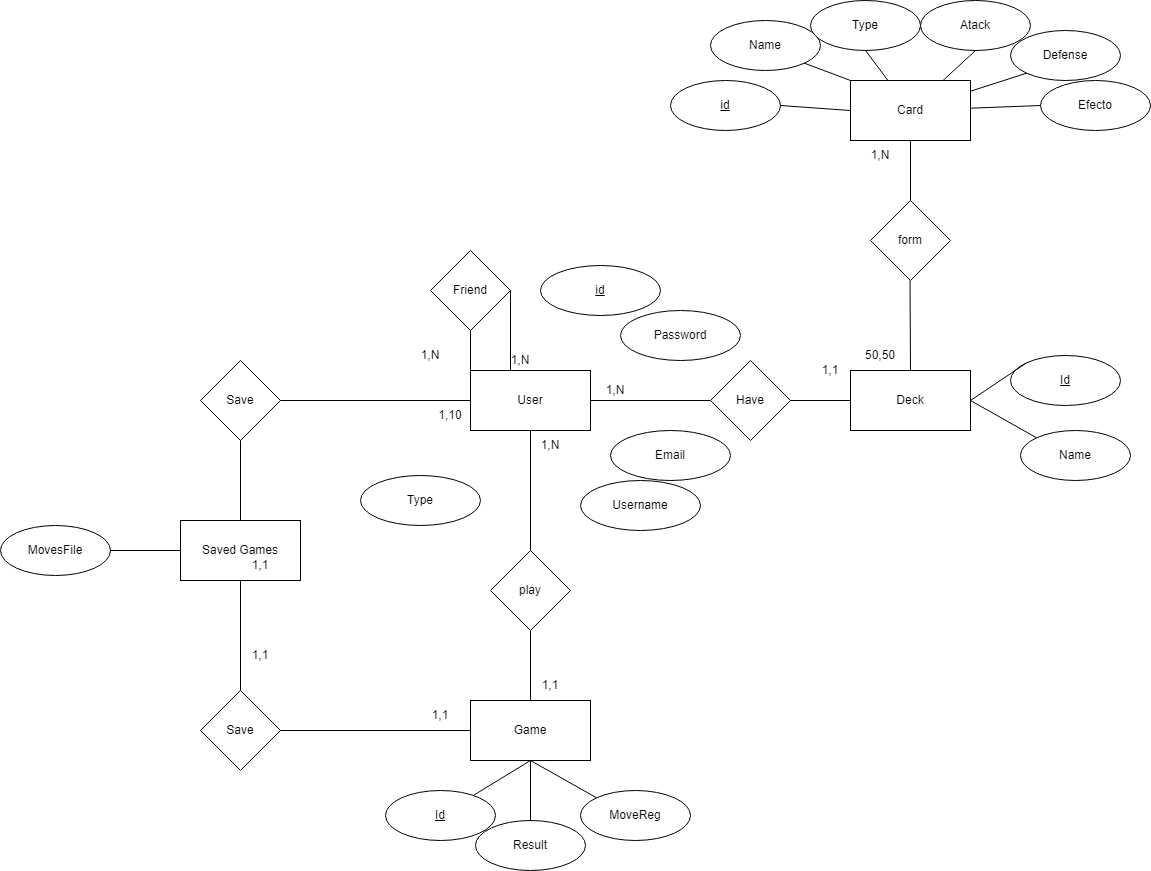
Above: TFGDatabase.drawio.png in HumanoHDR/TFGCardGame (draw.io), before the change. Source tidied: cells renumbered, new cells last; positions are measured from the earlier drawing's top-left corner, leaving out a move shared by most shapes.
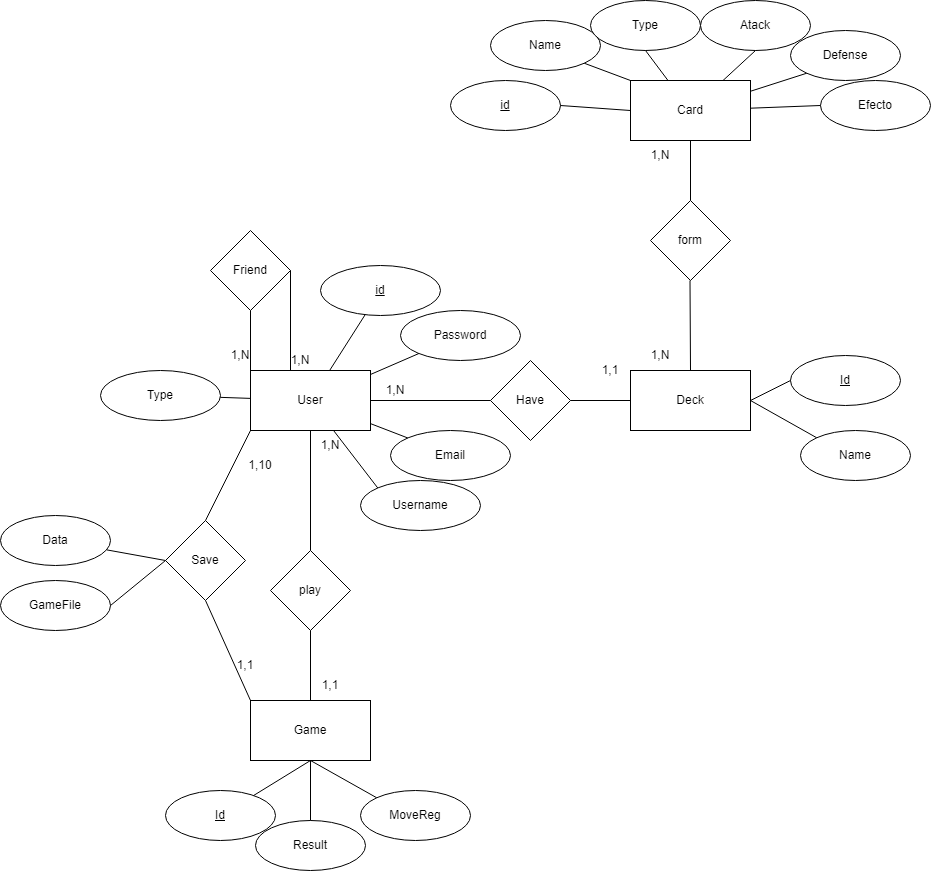
Later version of the same file.

Diff of the diagram source:
```diff
@@ -14,9 +14,6 @@
     <mxCell id="5" value="Game" style="rounded=0;whiteSpace=wrap;html=1;" parent="1" vertex="1">
       <mxGeometry x="470" y="700" width="120" height="60" as="geometry" />
     </mxCell>
-    <mxCell id="6" value="Saved Games" style="rounded=0;whiteSpace=wrap;html=1;" parent="1" vertex="1">
-      <mxGeometry x="180" y="520" width="120" height="60" as="geometry" />
-    </mxCell>
     <mxCell id="7" value="form" style="rhombus;whiteSpace=wrap;html=1;" parent="1" vertex="1">
       <mxGeometry x="870" y="200" width="80" height="80" as="geometry" />
     </mxCell>
@@ -53,30 +50,21 @@
       <mxGeometry relative="1" as="geometry" />
     </mxCell>
     <mxCell id="16" value="Save" style="rhombus;whiteSpace=wrap;html=1;" parent="1" vertex="1">
-      <mxGeometry x="200" y="360" width="80" height="80" as="geometry" />
+      <mxGeometry x="385" y="520" width="80" height="80" as="geometry" />
     </mxCell>
-    <mxCell id="17" style="endArrow=none;html=1;rounded=0;entryX=0;entryY=0.5;entryDx=0;entryDy=0;exitX=1;exitY=0.5;exitDx=0;exitDy=0;" parent="1" edge="1" source="16" target="3">
+    <mxCell id="17" style="endArrow=none;html=1;rounded=0;entryX=0;entryY=1;entryDx=0;entryDy=0;exitX=0.5;exitY=0;exitDx=0;exitDy=0;" parent="1" edge="1" source="16" target="3">
       <mxGeometry relative="1" as="geometry" />
     </mxCell>
-    <mxCell id="18" style="endArrow=none;html=1;rounded=0;entryX=0.5;entryY=0;entryDx=0;entryDy=0;exitX=0.5;exitY=1;exitDx=0;exitDy=0;" parent="1" edge="1" source="16" target="6">
+    <mxCell id="18" style="endArrow=none;html=1;rounded=0;entryX=0;entryY=0;entryDx=0;entryDy=0;exitX=0.5;exitY=1;exitDx=0;exitDy=0;" parent="1" edge="1" source="16" target="5">
       <mxGeometry relative="1" as="geometry" />
     </mxCell>
-    <mxCell id="19" value="Save" style="rhombus;whiteSpace=wrap;html=1;" parent="1" vertex="1">
-      <mxGeometry x="200" y="690" width="80" height="80" as="geometry" />
-    </mxCell>
-    <mxCell id="20" style="endArrow=none;html=1;rounded=0;entryX=0.5;entryY=1;entryDx=0;entryDy=0;exitX=0.5;exitY=0;exitDx=0;exitDy=0;" parent="1" edge="1" source="19" target="6">
-      <mxGeometry relative="1" as="geometry" />
-    </mxCell>
-    <mxCell id="21" style="endArrow=none;html=1;rounded=0;entryX=0;entryY=0.5;entryDx=0;entryDy=0;exitX=1;exitY=0.5;exitDx=0;exitDy=0;" parent="1" edge="1" source="19" target="5">
-      <mxGeometry relative="1" as="geometry" />
-    </mxCell>
     <mxCell id="22" value="1,N" style="text;html=1;align=center;verticalAlign=middle;whiteSpace=wrap;rounded=0;" parent="1" vertex="1">
       <mxGeometry x="850" y="140" width="60" height="30" as="geometry" />
     </mxCell>
     <mxCell id="23" value="1,1" style="text;html=1;align=center;verticalAlign=middle;whiteSpace=wrap;rounded=0;" parent="1" vertex="1">
       <mxGeometry x="800" y="355" width="60" height="30" as="geometry" />
     </mxCell>
-    <mxCell id="24" value="50,50" style="text;html=1;align=center;verticalAlign=middle;whiteSpace=wrap;rounded=0;" parent="1" vertex="1">
+    <mxCell id="24" value="1,N" style="text;html=1;align=center;verticalAlign=middle;whiteSpace=wrap;rounded=0;" parent="1" vertex="1">
       <mxGeometry x="850" y="340" width="60" height="30" as="geometry" />
     </mxCell>
     <mxCell id="25" value="1,N" style="text;html=1;align=center;verticalAlign=middle;whiteSpace=wrap;rounded=0;" parent="1" vertex="1">
@@ -88,20 +76,14 @@
     <mxCell id="27" value="1,1" style="text;html=1;align=center;verticalAlign=middle;whiteSpace=wrap;rounded=0;" parent="1" vertex="1">
       <mxGeometry x="520" y="670" width="60" height="30" as="geometry" />
     </mxCell>
-    <mxCell id="28" value="1,1" style="text;html=1;align=center;verticalAlign=middle;whiteSpace=wrap;rounded=0;" parent="1" vertex="1">
-      <mxGeometry x="230" y="550" width="60" height="30" as="geometry" />
-    </mxCell>
     <mxCell id="29" value="1,10" style="text;html=1;align=center;verticalAlign=middle;whiteSpace=wrap;rounded=0;" parent="1" vertex="1">
-      <mxGeometry x="420" y="400" width="60" height="30" as="geometry" />
+      <mxGeometry x="450" y="450" width="60" height="30" as="geometry" />
     </mxCell>
     <mxCell id="30" value="1,1" style="text;html=1;align=center;verticalAlign=middle;whiteSpace=wrap;rounded=0;" parent="1" vertex="1">
-      <mxGeometry x="410" y="700" width="60" height="30" as="geometry" />
+      <mxGeometry x="435" y="650" width="60" height="30" as="geometry" />
     </mxCell>
-    <mxCell id="31" value="1,1" style="text;html=1;align=center;verticalAlign=middle;whiteSpace=wrap;rounded=0;" parent="1" vertex="1">
-      <mxGeometry x="230" y="640" width="60" height="30" as="geometry" />
-    </mxCell>
     <mxCell id="32" value="Friend" style="rhombus;whiteSpace=wrap;html=1;" parent="1" vertex="1">
-      <mxGeometry x="430" y="250" width="80" height="80" as="geometry" />
+      <mxGeometry x="430" y="230" width="80" height="80" as="geometry" />
     </mxCell>
     <mxCell id="33" style="endArrow=none;html=1;rounded=0;entryX=1;entryY=0;entryDx=0;entryDy=0;exitX=1;exitY=0.5;exitDx=0;exitDy=0;" parent="1" edge="1" source="32" target="3">
       <mxGeometry relative="1" as="geometry">
@@ -113,10 +95,10 @@
     <mxCell id="34" value="1,N" style="text;html=1;align=center;verticalAlign=middle;whiteSpace=wrap;rounded=0;" parent="1" vertex="1">
       <mxGeometry x="490" y="345" width="60" height="30" as="geometry" />
     </mxCell>
-    <mxCell id="35" value="MovesFile" style="ellipse;whiteSpace=wrap;html=1;" parent="1" vertex="1">
-      <mxGeometry y="525" width="110" height="50" as="geometry" />
+    <mxCell id="35" value="GameFile" style="ellipse;whiteSpace=wrap;html=1;" parent="1" vertex="1">
+      <mxGeometry x="220" y="580" width="110" height="50" as="geometry" />
     </mxCell>
-    <mxCell id="36" style="endArrow=none;html=1;rounded=0;entryX=0;entryY=0.5;entryDx=0;entryDy=0;exitX=1;exitY=0.5;exitDx=0;exitDy=0;" parent="1" edge="1" source="35" target="6">
+    <mxCell id="36" style="endArrow=none;html=1;rounded=0;entryX=0;entryY=0.5;entryDx=0;entryDy=0;exitX=1;exitY=0.5;exitDx=0;exitDy=0;" parent="1" edge="1" source="35" target="16">
       <mxGeometry relative="1" as="geometry" />
     </mxCell>
     <mxCell id="37" value="&lt;u&gt;Id&lt;/u&gt;" style="ellipse;whiteSpace=wrap;html=1;" parent="1" vertex="1">
@@ -129,7 +111,7 @@
       <mxGeometry relative="1" as="geometry" />
     </mxCell>
     <mxCell id="40" value="1,N" style="text;html=1;align=center;verticalAlign=middle;whiteSpace=wrap;rounded=0;" parent="1" vertex="1">
-      <mxGeometry x="400" y="340" width="60" height="30" as="geometry" />
+      <mxGeometry x="430" y="340" width="60" height="30" as="geometry" />
     </mxCell>
     <mxCell id="41" value="MoveReg" style="ellipse;whiteSpace=wrap;html=1;" parent="1" vertex="1">
       <mxGeometry x="580" y="790" width="110" height="50" as="geometry" />
@@ -204,7 +186,28 @@
       <mxGeometry x="580" y="480" width="120" height="50" as="geometry" />
     </mxCell>
     <mxCell id="65" value="Type" style="ellipse;whiteSpace=wrap;html=1;" parent="1" vertex="1">
-      <mxGeometry x="360" y="475" width="120" height="50" as="geometry" />
+      <mxGeometry x="320" y="370" width="120" height="50" as="geometry" />
     </mxCell>
+    <mxCell id="66" style="endArrow=none;html=1;rounded=0;" parent="1" edge="1" source="3" target="61">
+      <mxGeometry relative="1" as="geometry" />
+    </mxCell>
+    <mxCell id="67" style="endArrow=none;html=1;rounded=0;" parent="1" edge="1" source="3" target="62">
+      <mxGeometry relative="1" as="geometry" />
+    </mxCell>
+    <mxCell id="68" style="endArrow=none;html=1;rounded=0;" parent="1" edge="1" source="3" target="63">
+      <mxGeometry relative="1" as="geometry" />
+    </mxCell>
+    <mxCell id="69" style="endArrow=none;html=1;rounded=0;entryX=0;entryY=0;entryDx=0;entryDy=0;" parent="1" edge="1" source="3" target="64">
+      <mxGeometry relative="1" as="geometry" />
+    </mxCell>
+    <mxCell id="70" style="endArrow=none;html=1;rounded=0;" parent="1" edge="1" source="3" target="65">
+      <mxGeometry relative="1" as="geometry" />
+    </mxCell>
+    <mxCell id="71" value="Data" style="ellipse;whiteSpace=wrap;html=1;" parent="1" vertex="1">
+      <mxGeometry x="220" y="515" width="110" height="50" as="geometry" />
+    </mxCell>
+    <mxCell id="72" style="endArrow=none;html=1;rounded=0;entryX=0;entryY=0.5;entryDx=0;entryDy=0;" parent="1" edge="1" source="71" target="16">
+      <mxGeometry relative="1" as="geometry" />
+    </mxCell>
   </root>
 </mxGraphModel>
```
